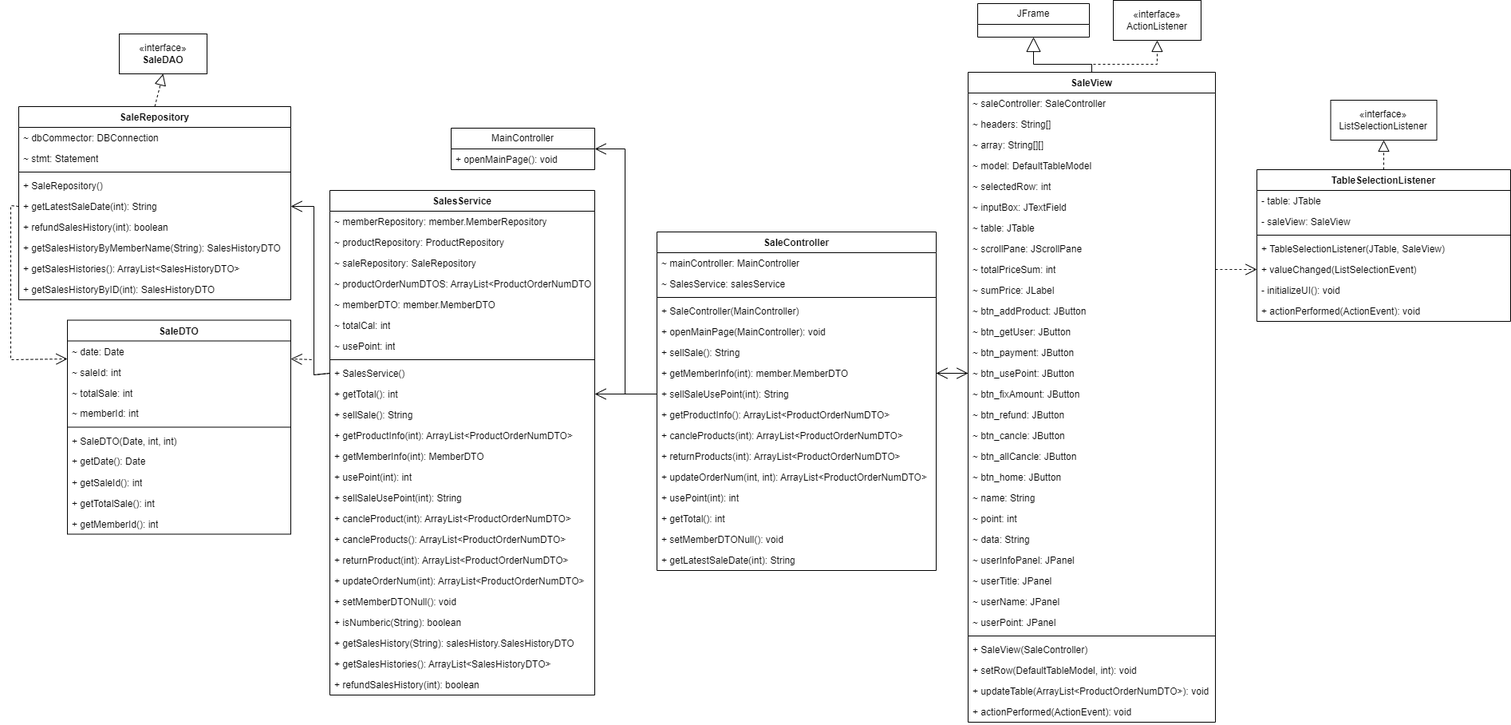
Before: diagram/Sale.drawio.png, a diagram exported from draw.io (P-POS/PPOS). Source tidied: cells renumbered, new cells last; positions are measured from the earlier drawing's top-left corner, leaving out a move shared by most shapes.
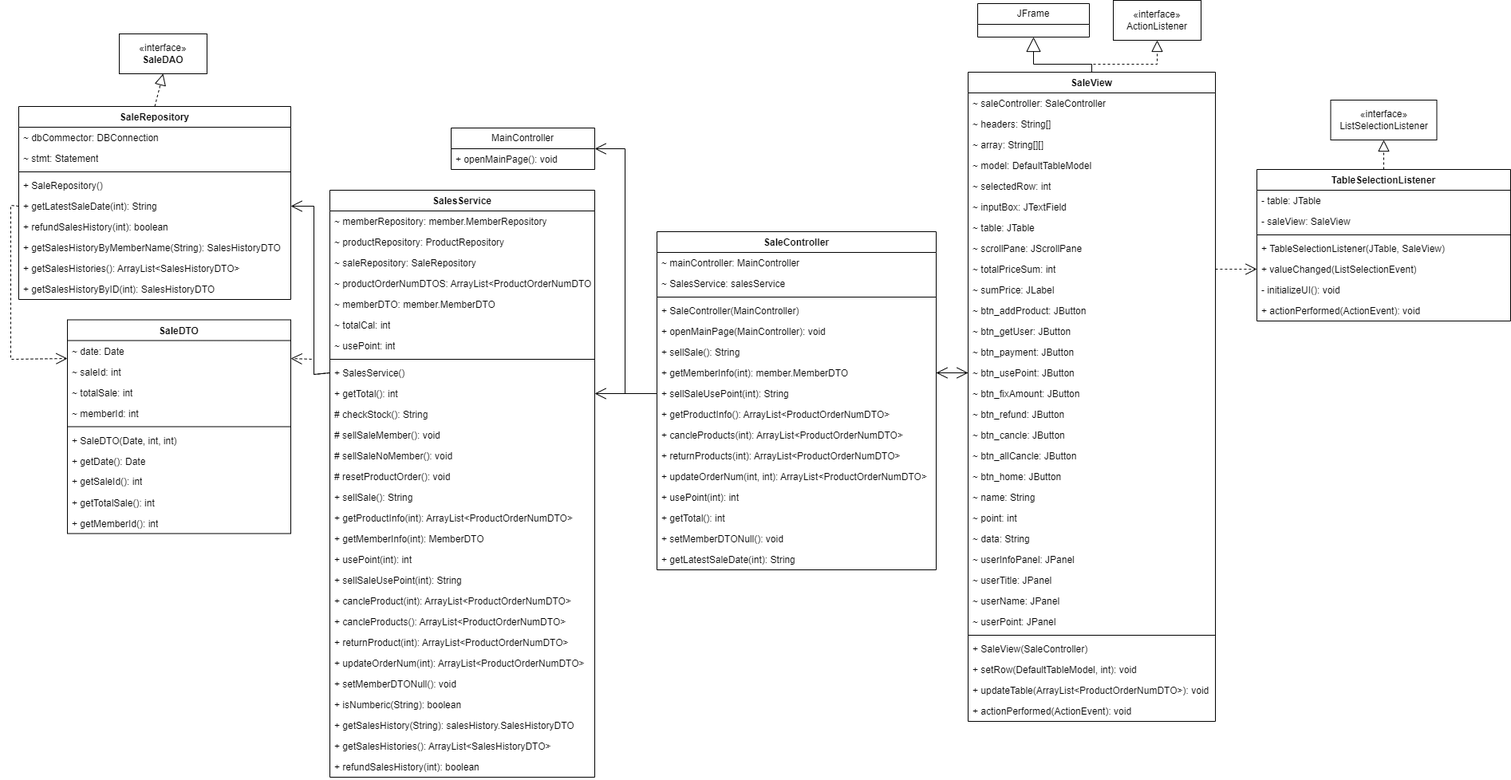
The same diagram one commit later.

Diff of the diagram source:
```diff
@@ -54,7 +54,7 @@
       <mxGeometry y="398" width="350" height="26" as="geometry" />
     </mxCell>
     <mxCell id="19" value="&lt;span style=&quot;text-wrap: nowrap;&quot;&gt;SalesService&lt;/span&gt;" style="swimlane;fontStyle=1;align=center;verticalAlign=top;horizontal=1;startSize=26;whiteSpace=wrap;html=1;" parent="1" vertex="1">
-      <mxGeometry x="400" y="238" width="332" height="632" as="geometry" />
+      <mxGeometry x="400" y="238" width="332" height="736" as="geometry" />
     </mxCell>
     <mxCell id="20" value="&lt;span style=&quot;text-wrap: nowrap;&quot;&gt;~ memberRepository:&amp;nbsp;member.MemberRepository&lt;/span&gt;" style="text;strokeColor=none;fillColor=none;align=left;verticalAlign=top;spacingLeft=4;spacingRight=4;overflow=hidden;whiteSpace=wrap;html=1;" parent="19" vertex="1">
       <mxGeometry y="26" width="332" height="26" as="geometry" />
@@ -86,47 +86,59 @@
     <mxCell id="29" value="+ getTotal():&amp;nbsp;int" style="text;strokeColor=none;fillColor=none;align=left;verticalAlign=top;spacingLeft=4;spacingRight=4;overflow=hidden;points=[[0,0.5],[1,0.5]];portConstraint=eastwest;whiteSpace=wrap;html=1;" parent="19" vertex="1">
       <mxGeometry y="242" width="332" height="26" as="geometry" />
     </mxCell>
+    <mxCell id="123" value="# checkStock():&amp;nbsp;String" style="text;strokeColor=none;fillColor=none;align=left;verticalAlign=top;spacingLeft=4;spacingRight=4;overflow=hidden;whiteSpace=wrap;html=1;" parent="19" vertex="1">
+      <mxGeometry y="268" width="332" height="26" as="geometry" />
+    </mxCell>
+    <mxCell id="124" value="# sellSaleMember():&amp;nbsp;void" style="text;strokeColor=none;fillColor=none;align=left;verticalAlign=top;spacingLeft=4;spacingRight=4;overflow=hidden;whiteSpace=wrap;html=1;" parent="19" vertex="1">
+      <mxGeometry y="294" width="332" height="26" as="geometry" />
+    </mxCell>
+    <mxCell id="125" value="# sellSaleNoMember():&amp;nbsp;void" style="text;strokeColor=none;fillColor=none;align=left;verticalAlign=top;spacingLeft=4;spacingRight=4;overflow=hidden;whiteSpace=wrap;html=1;" parent="19" vertex="1">
+      <mxGeometry y="320" width="332" height="26" as="geometry" />
+    </mxCell>
+    <mxCell id="126" value="# resetProductOrder():&amp;nbsp;void" style="text;strokeColor=none;fillColor=none;align=left;verticalAlign=top;spacingLeft=4;spacingRight=4;overflow=hidden;whiteSpace=wrap;html=1;" parent="19" vertex="1">
+      <mxGeometry y="346" width="332" height="26" as="geometry" />
+    </mxCell>
     <mxCell id="30" value="+ sellSale():&amp;nbsp;String" style="text;strokeColor=none;fillColor=none;align=left;verticalAlign=top;spacingLeft=4;spacingRight=4;overflow=hidden;whiteSpace=wrap;html=1;" parent="19" vertex="1">
-      <mxGeometry y="268" width="332" height="26" as="geometry" />
+      <mxGeometry y="372" width="332" height="26" as="geometry" />
     </mxCell>
     <mxCell id="31" value="+ getProductInfo(int):&amp;nbsp;ArrayList&amp;lt;ProductOrderNumDTO&amp;gt;" style="text;strokeColor=none;fillColor=none;align=left;verticalAlign=top;spacingLeft=4;spacingRight=4;overflow=hidden;whiteSpace=wrap;html=1;" parent="19" vertex="1">
-      <mxGeometry y="294" width="332" height="26" as="geometry" />
+      <mxGeometry y="398" width="332" height="26" as="geometry" />
     </mxCell>
     <mxCell id="32" value="+ getMemberInfo(int):&amp;nbsp;MemberDTO" style="text;strokeColor=none;fillColor=none;align=left;verticalAlign=top;spacingLeft=4;spacingRight=4;overflow=hidden;whiteSpace=wrap;html=1;" parent="19" vertex="1">
-      <mxGeometry y="320" width="332" height="26" as="geometry" />
+      <mxGeometry y="424" width="332" height="26" as="geometry" />
     </mxCell>
     <mxCell id="33" value="+ usePoint(int):&amp;nbsp;int" style="text;strokeColor=none;fillColor=none;align=left;verticalAlign=top;spacingLeft=4;spacingRight=4;overflow=hidden;whiteSpace=wrap;html=1;" parent="19" vertex="1">
-      <mxGeometry y="346" width="332" height="26" as="geometry" />
+      <mxGeometry y="450" width="332" height="26" as="geometry" />
     </mxCell>
     <mxCell id="34" value="+ sellSaleUsePoint(int):&amp;nbsp;String" style="text;strokeColor=none;fillColor=none;align=left;verticalAlign=top;spacingLeft=4;spacingRight=4;overflow=hidden;whiteSpace=wrap;html=1;" parent="19" vertex="1">
-      <mxGeometry y="372" width="332" height="26" as="geometry" />
+      <mxGeometry y="476" width="332" height="26" as="geometry" />
     </mxCell>
     <mxCell id="35" value="+ cancleProduct(int):&amp;nbsp;ArrayList&amp;lt;ProductOrderNumDTO&amp;gt;" style="text;strokeColor=none;fillColor=none;align=left;verticalAlign=top;spacingLeft=4;spacingRight=4;overflow=hidden;whiteSpace=wrap;html=1;" parent="19" vertex="1">
-      <mxGeometry y="398" width="332" height="26" as="geometry" />
+      <mxGeometry y="502" width="332" height="26" as="geometry" />
     </mxCell>
     <mxCell id="36" value="+ cancleProducts():&amp;nbsp;ArrayList&amp;lt;ProductOrderNumDTO&amp;gt;" style="text;strokeColor=none;fillColor=none;align=left;verticalAlign=top;spacingLeft=4;spacingRight=4;overflow=hidden;whiteSpace=wrap;html=1;" parent="19" vertex="1">
-      <mxGeometry y="424" width="332" height="26" as="geometry" />
+      <mxGeometry y="528" width="332" height="26" as="geometry" />
     </mxCell>
     <mxCell id="37" value="+ returnProduct(int):&amp;nbsp;ArrayList&amp;lt;ProductOrderNumDTO&amp;gt;" style="text;strokeColor=none;fillColor=none;align=left;verticalAlign=top;spacingLeft=4;spacingRight=4;overflow=hidden;whiteSpace=wrap;html=1;" parent="19" vertex="1">
-      <mxGeometry y="450" width="332" height="26" as="geometry" />
+      <mxGeometry y="554" width="332" height="26" as="geometry" />
     </mxCell>
     <mxCell id="38" value="+ updateOrderNum(int):&amp;nbsp;ArrayList&amp;lt;ProductOrderNumDTO&amp;gt;" style="text;strokeColor=none;fillColor=none;align=left;verticalAlign=top;spacingLeft=4;spacingRight=4;overflow=hidden;whiteSpace=wrap;html=1;" parent="19" vertex="1">
-      <mxGeometry y="476" width="332" height="26" as="geometry" />
+      <mxGeometry y="580" width="332" height="26" as="geometry" />
     </mxCell>
     <mxCell id="39" value="+ setMemberDTONull(): void" style="text;strokeColor=none;fillColor=none;align=left;verticalAlign=top;spacingLeft=4;spacingRight=4;overflow=hidden;whiteSpace=wrap;html=1;" parent="19" vertex="1">
-      <mxGeometry y="502" width="332" height="26" as="geometry" />
+      <mxGeometry y="606" width="332" height="26" as="geometry" />
     </mxCell>
     <mxCell id="40" value="+ isNumberic(String): boolean" style="text;strokeColor=none;fillColor=none;align=left;verticalAlign=top;spacingLeft=4;spacingRight=4;overflow=hidden;whiteSpace=wrap;html=1;" parent="19" vertex="1">
-      <mxGeometry y="528" width="332" height="26" as="geometry" />
+      <mxGeometry y="632" width="332" height="26" as="geometry" />
     </mxCell>
     <mxCell id="41" value="+ getSalesHistory(String): salesHistory.SalesHistoryDTO" style="text;strokeColor=none;fillColor=none;align=left;verticalAlign=top;spacingLeft=4;spacingRight=4;overflow=hidden;whiteSpace=wrap;html=1;" parent="19" vertex="1">
-      <mxGeometry y="554" width="332" height="26" as="geometry" />
+      <mxGeometry y="658" width="332" height="26" as="geometry" />
     </mxCell>
     <mxCell id="42" value="+ getSalesHistories(): ArrayList&amp;lt;SalesHistoryDTO&amp;gt;" style="text;strokeColor=none;fillColor=none;align=left;verticalAlign=top;spacingLeft=4;spacingRight=4;overflow=hidden;whiteSpace=wrap;html=1;" parent="19" vertex="1">
-      <mxGeometry y="580" width="332" height="26" as="geometry" />
+      <mxGeometry y="684" width="332" height="26" as="geometry" />
     </mxCell>
     <mxCell id="43" value="+ refundSalesHistory(int): boolean" style="text;strokeColor=none;fillColor=none;align=left;verticalAlign=top;spacingLeft=4;spacingRight=4;overflow=hidden;whiteSpace=wrap;html=1;" parent="19" vertex="1">
-      <mxGeometry y="606" width="332" height="26" as="geometry" />
+      <mxGeometry y="710" width="332" height="26" as="geometry" />
     </mxCell>
     <mxCell id="44" value="&lt;span style=&quot;text-wrap: nowrap;&quot;&gt;SaleView&lt;/span&gt;" style="swimlane;fontStyle=1;align=center;verticalAlign=top;horizontal=1;startSize=26;whiteSpace=wrap;html=1;" parent="1" vertex="1">
       <mxGeometry x="1200" y="90" width="310" height="814" as="geometry" />
```
